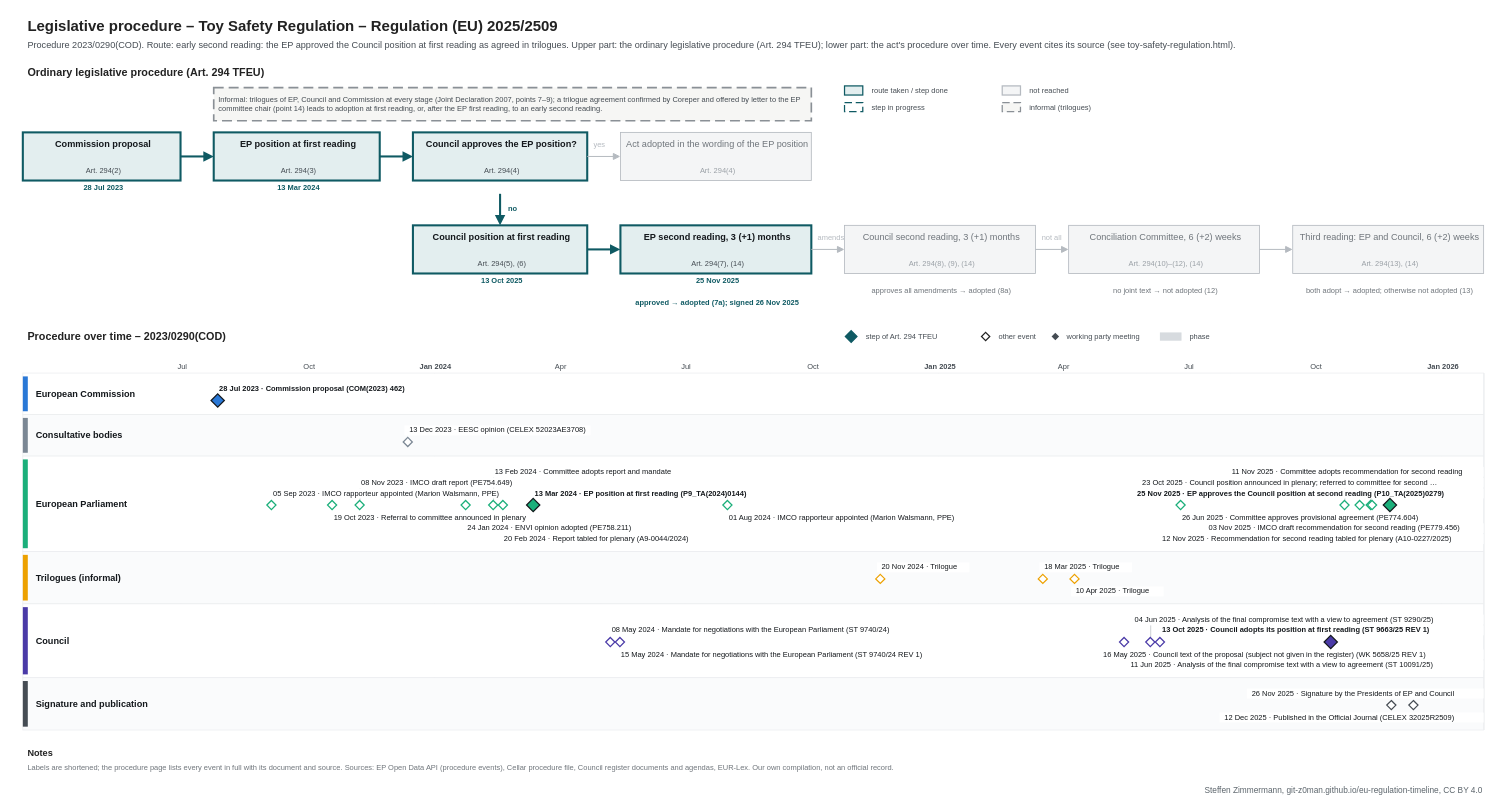
Before: procedures/toy-safety-regulation.drawio in git-z0man/eu-regulation-timeline, a draw.io diagram. Source tidied: cells renumbered, new cells numbered last; positions are measured from the earlier drawing's top-left corner, leaving out a move shared by most shapes. Both pictures are drawn from the tidied source at 83%, with x=0, y=0 at pixel (14, 14).
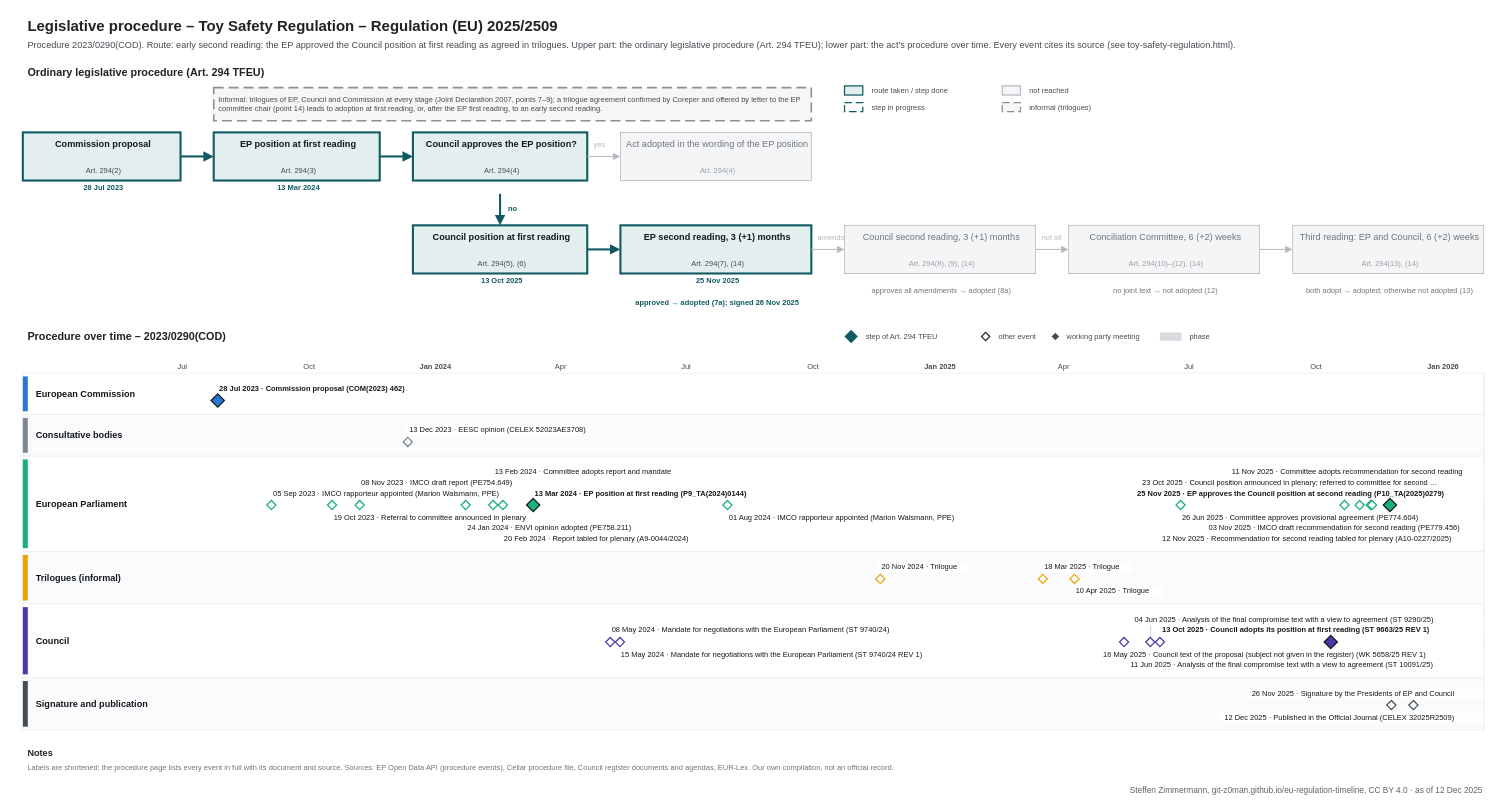
The same page after the edit.

The edit, as a diff of the source:
```diff
@@
-    <mxCell id="198" value="Steffen Zimmermann, git-z0man.github.io/eu-regulation-timeline, CC BY 4.0" style="text;html=1;fontSize=10;fontColor=#5b646b;align=right;verticalAlign=middle;spacingLeft=4;" parent="1" vertex="1">
+    <mxCell id="198" value="Steffen Zimmermann, git-z0man.github.io/eu-regulation-timeline, CC BY 4.0 · as of 12 Dec 2025" style="text;html=1;fontSize=10;fontColor=#5b646b;align=right;verticalAlign=middle;spacingLeft=4;" parent="1" vertex="1">
       <mxGeometry x="10" y="926" width="1760" height="16" as="geometry" />
     </mxCell>
```
